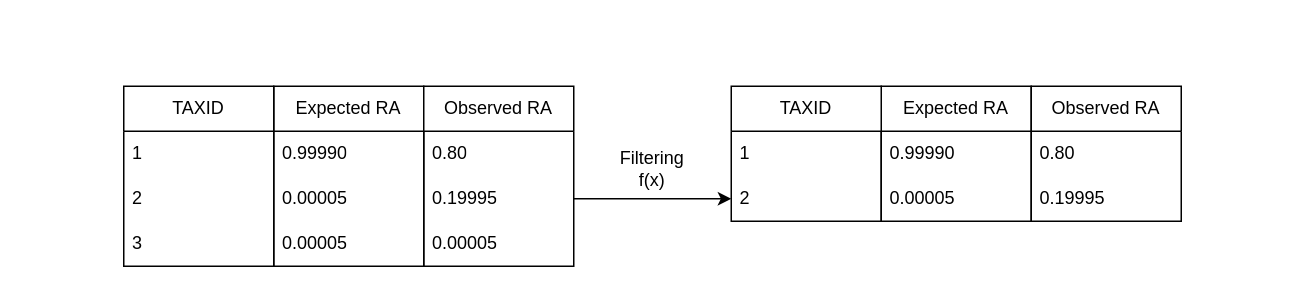
Above: python_src/john_biorxiv/filtering.drawio in mvee18/benchmarkingpaper (draw.io), before the change. Source tidied: cells renumbered, new cells numbered last; positions are measured from the earlier drawing's top-left corner, leaving out a move shared by most shapes. Both pictures are drawn from the tidied source at 150%, with x=0, y=0 at pixel (123, 86).
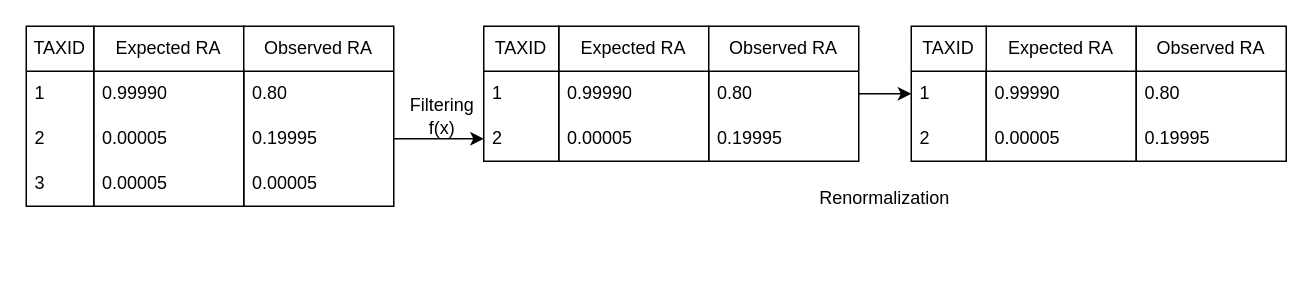
The same page after the edit.

Unchanged cells that the change refers to:
```xml
<mxCell id="18" value="0.80" style="text;strokeColor=none;fillColor=none;align=left;verticalAlign=middle;spacingLeft=4;spacingRight=4;overflow=hidden;points=[[0,0.5],[1,0.5]];portConstraint=eastwest;whiteSpace=wrap;html=1;" parent="17" vertex="1">
  <mxGeometry y="30" width="100" height="30" as="geometry" />
</mxCell>
```

What changed in the source:
```diff
@@
     <mxCell id="2" value="Expected RA" style="swimlane;fontStyle=0;horizontal=1;startSize=30;whiteSpace=wrap;html=1;" parent="1" vertex="1">
-      <mxGeometry x="100" width="100" height="120" as="geometry" />
+      <mxGeometry x="-20" y="-40" width="100" height="120" as="geometry" />
     </mxCell>
@@
     <mxCell id="6" value="Observed RA" style="swimlane;fontStyle=0;horizontal=1;startSize=30;whiteSpace=wrap;html=1;" parent="1" vertex="1">
-      <mxGeometry x="200" width="100" height="120" as="geometry" />
+      <mxGeometry x="80" y="-40" width="100" height="120" as="geometry" />
     </mxCell>
@@
     <mxCell id="10" value="TAXID" style="swimlane;fontStyle=0;horizontal=1;startSize=30;whiteSpace=wrap;html=1;" parent="1" vertex="1">
-      <mxGeometry width="100" height="120" as="geometry" />
+      <mxGeometry x="-65" y="-40" width="45" height="120" as="geometry" />
     </mxCell>
     <mxCell id="11" value="1" style="text;strokeColor=none;fillColor=none;align=left;verticalAlign=middle;spacingLeft=4;spacingRight=4;overflow=hidden;whiteSpace=wrap;html=1;" parent="10" vertex="1">
-      <mxGeometry y="30" width="100" height="30" as="geometry" />
+      <mxGeometry y="30" width="45" height="30" as="geometry" />
     </mxCell>
     <mxCell id="12" value="2" style="text;strokeColor=none;fillColor=none;align=left;verticalAlign=middle;spacingLeft=4;spacingRight=4;overflow=hidden;whiteSpace=wrap;html=1;" parent="10" vertex="1">
-      <mxGeometry y="60" width="100" height="30" as="geometry" />
+      <mxGeometry y="60" width="45" height="30" as="geometry" />
     </mxCell>
     <mxCell id="13" value="3" style="text;strokeColor=none;fillColor=none;align=left;verticalAlign=middle;spacingLeft=4;spacingRight=4;overflow=hidden;whiteSpace=wrap;html=1;" parent="10" vertex="1">
-      <mxGeometry y="90" width="100" height="30" as="geometry" />
+      <mxGeometry y="90" width="45" height="30" as="geometry" />
     </mxCell>
     <mxCell id="14" value="Expected RA" style="swimlane;fontStyle=0;horizontal=1;startSize=30;whiteSpace=wrap;html=1;" parent="1" vertex="1">
-      <mxGeometry x="505" width="100" height="90" as="geometry" />
+      <mxGeometry x="290" y="-40" width="100" height="90" as="geometry" />
     </mxCell>
@@
     <mxCell id="17" value="Observed RA" style="swimlane;fontStyle=0;horizontal=1;startSize=30;whiteSpace=wrap;html=1;" parent="1" vertex="1">
-      <mxGeometry x="605" width="100" height="90" as="geometry" />
+      <mxGeometry x="390" y="-40" width="100" height="90" as="geometry" />
     </mxCell>
@@
     <mxCell id="20" value="TAXID" style="swimlane;fontStyle=0;horizontal=1;startSize=30;whiteSpace=wrap;html=1;" parent="1" vertex="1">
-      <mxGeometry x="405" width="100" height="90" as="geometry" />
+      <mxGeometry x="240" y="-40" width="50" height="90" as="geometry" />
     </mxCell>
     <mxCell id="21" value="1" style="text;strokeColor=none;fillColor=none;align=left;verticalAlign=middle;spacingLeft=4;spacingRight=4;overflow=hidden;whiteSpace=wrap;html=1;" parent="20" vertex="1">
-      <mxGeometry y="30" width="100" height="30" as="geometry" />
+      <mxGeometry y="30" width="50" height="30" as="geometry" />
     </mxCell>
     <mxCell id="22" value="2" style="text;strokeColor=none;fillColor=none;align=left;verticalAlign=middle;spacingLeft=4;spacingRight=4;overflow=hidden;points=[[0,0.5],[1,0.5]];portConstraint=eastwest;whiteSpace=wrap;html=1;" parent="20" vertex="1">
-      <mxGeometry y="60" width="100" height="30" as="geometry" />
+      <mxGeometry y="60" width="50" height="30" as="geometry" />
     </mxCell>
@@
     <mxCell id="24" value="Filtering f(x)" style="text;html=1;strokeColor=none;fillColor=none;align=center;verticalAlign=middle;whiteSpace=wrap;rounded=0;" parent="1" vertex="1">
-      <mxGeometry x="320" y="40" width="65" height="30" as="geometry" />
+      <mxGeometry x="180" y="5" width="65" height="30" as="geometry" />
     </mxCell>
+    <mxCell id="25" value="Expected RA" style="swimlane;fontStyle=0;horizontal=1;startSize=30;whiteSpace=wrap;html=1;" parent="1" vertex="1">
+      <mxGeometry x="575" y="-40" width="100" height="90" as="geometry" />
+    </mxCell>
+    <mxCell id="26" value="0.99990" style="text;strokeColor=none;fillColor=none;align=left;verticalAlign=middle;spacingLeft=4;spacingRight=4;overflow=hidden;whiteSpace=wrap;html=1;" parent="25" vertex="1">
+      <mxGeometry y="30" width="100" height="30" as="geometry" />
+    </mxCell>
+    <mxCell id="27" value="0.00005" style="text;strokeColor=none;fillColor=none;align=left;verticalAlign=middle;spacingLeft=4;spacingRight=4;overflow=hidden;whiteSpace=wrap;html=1;" parent="25" vertex="1">
+      <mxGeometry y="60" width="100" height="30" as="geometry" />
+    </mxCell>
+    <mxCell id="28" value="Observed RA" style="swimlane;fontStyle=0;horizontal=1;startSize=30;whiteSpace=wrap;html=1;" parent="1" vertex="1">
+      <mxGeometry x="675" y="-40" width="100" height="90" as="geometry" />
+    </mxCell>
+    <mxCell id="29" value="0.80" style="text;strokeColor=none;fillColor=none;align=left;verticalAlign=middle;spacingLeft=4;spacingRight=4;overflow=hidden;whiteSpace=wrap;html=1;" parent="28" vertex="1">
+      <mxGeometry y="30" width="100" height="30" as="geometry" />
+    </mxCell>
+    <mxCell id="30" value="0.19995" style="text;strokeColor=none;fillColor=none;align=left;verticalAlign=middle;spacingLeft=4;spacingRight=4;overflow=hidden;whiteSpace=wrap;html=1;" parent="28" vertex="1">
+      <mxGeometry y="60" width="100" height="30" as="geometry" />
+    </mxCell>
+    <mxCell id="31" value="TAXID" style="swimlane;fontStyle=0;horizontal=1;startSize=30;whiteSpace=wrap;html=1;" parent="1" vertex="1">
+      <mxGeometry x="525" y="-40" width="50" height="90" as="geometry" />
+    </mxCell>
+    <mxCell id="32" value="1" style="text;strokeColor=none;fillColor=none;align=left;verticalAlign=middle;spacingLeft=4;spacingRight=4;overflow=hidden;whiteSpace=wrap;html=1;" parent="31" vertex="1">
+      <mxGeometry y="30" width="50" height="30" as="geometry" />
+    </mxCell>
+    <mxCell id="33" value="2" style="text;strokeColor=none;fillColor=none;align=left;verticalAlign=middle;spacingLeft=4;spacingRight=4;overflow=hidden;whiteSpace=wrap;html=1;" parent="31" vertex="1">
+      <mxGeometry y="60" width="50" height="30" as="geometry" />
+    </mxCell>
+    <mxCell id="34" style="edgeStyle=orthogonalEdgeStyle;rounded=0;jettySize=auto;html=1;exitX=1;exitY=0.5;exitDx=0;exitDy=0;entryX=0;entryY=0.5;entryDx=0;entryDy=0;" parent="1" edge="1" source="18" target="31">
+      <mxGeometry relative="1" as="geometry" />
+    </mxCell>
+    <mxCell id="35" value="Renormalization" style="text;html=1;strokeColor=none;fillColor=none;align=center;verticalAlign=middle;whiteSpace=wrap;rounded=0;" parent="1" vertex="1">
+      <mxGeometry x="475" y="60" width="65" height="30" as="geometry" />
+    </mxCell>
```
